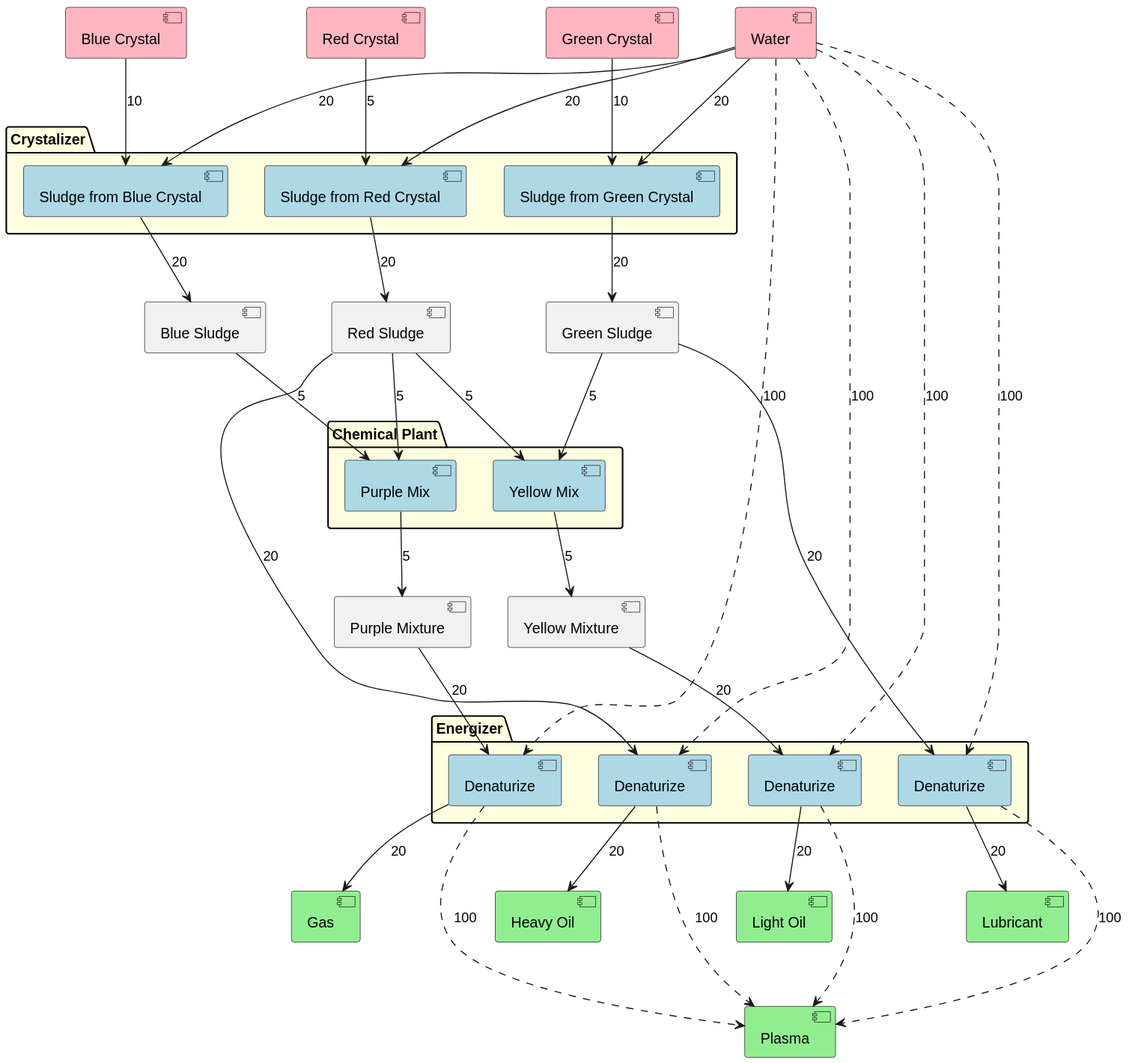
Thomas-De-Praetere/CrystalMod keeps this PlantUML diagram as Documentation/OilFlow.svg. Above is the earlier version.
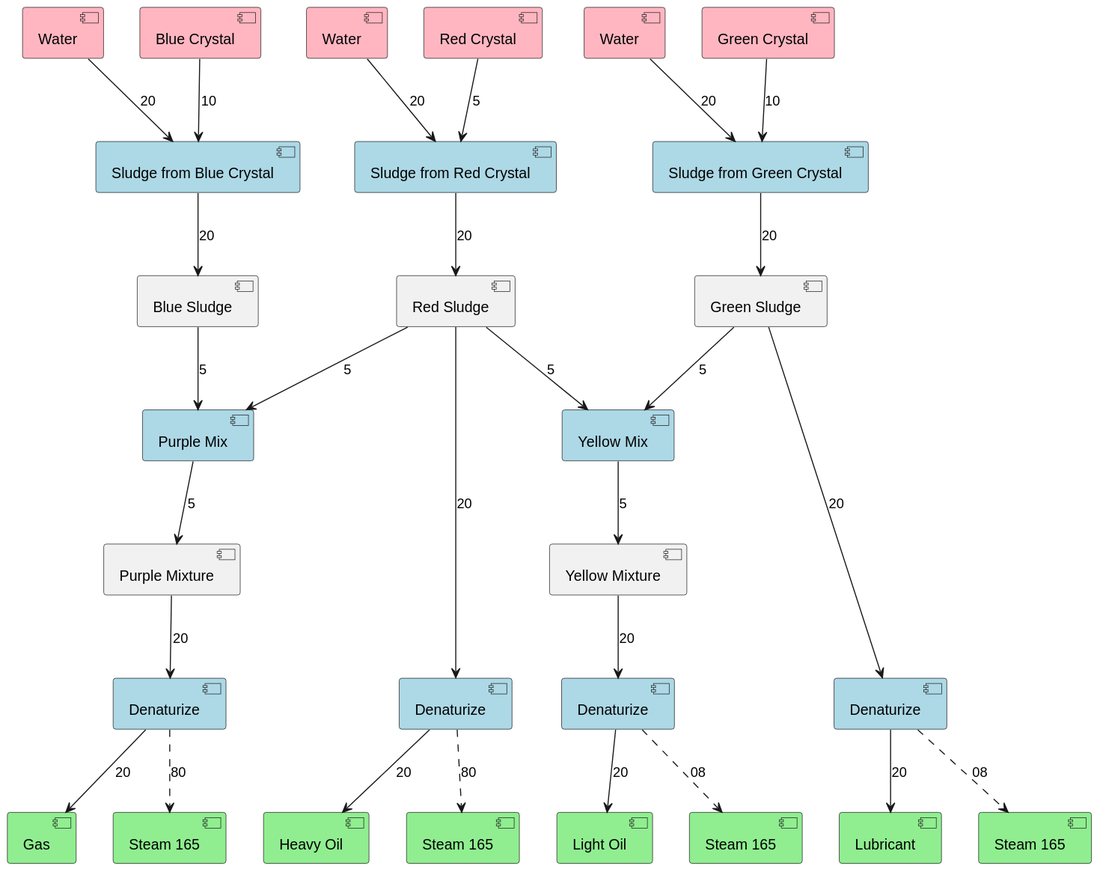
Later version of the same file.

What changed in the source:
```diff
@@ -3,7 +3,9 @@
 hide fields
 hide circle
 
-[Water] as W #lightpink
+[Water] as W1 #lightpink
+[Water] as W2 #lightpink
+[Water] as W3 #lightpink
 
 [Red Crystal] as RC #lightpink
 [Blue Crystal] as BC #lightpink
@@ -20,37 +22,33 @@
 [Light Oil] as LO #lightgreen
 [Gas] as G #lightgreen
 [Lubricant] as L #lightgreen
-[Plasma] as PA #lightgreen
+[Steam 165] as PA1 #lightgreen
+[Steam 165] as PA2 #lightgreen
+[Steam 165] as PA3 #lightgreen
+[Steam 165] as PA4 #lightgreen
 
-package "Crystalizer" #lightyellow {
 [Sludge from Red Crystal] as SfR #lightblue
 [Sludge from Blue Crystal]as SfB #lightblue
 [Sludge from Green Crystal]as SfG #lightblue
-}
-
-package "Chemical Plant" #lightyellow {
 [Purple Mix] as CPB #lightblue
 [Yellow Mix] as CPY #lightblue
-}
 
-
-package Energizer #lightyellow {
 [Denaturize] as HOP #lightblue
 [Denaturize] as LOP #lightblue
 [Denaturize] as GP #lightblue
 [Denaturize] as LP #lightblue
-}
+
 
 RC --> SfR : 5
-W --> SfR : 20
+W1 --> SfR : 20
 SfR --> RS : 20
 
 BC --> SfB : 10
-W --> SfB : 20
+W2 --> SfB : 20
 SfB  --> BS : 20
 
 GC --> SfG : 10
-W --> SfG : 20
+W3 --> SfG : 20
 SfG --> GS : 20
 
 RS --> CPB : 5
@@ -59,7 +57,7 @@
 PM --> GP : 20
 GP --> G : 20
 
-RS --> HOP : 20
+RS ----> HOP : 20
 HOP --> HO : 20
 
 GS --> CPY : 5
@@ -68,16 +66,11 @@
 YM --> LOP : 20
 LOP --> LO : 20
 
-GS --> LP : 20
+GS ----> LP : 20
 LP --> L : 20
 
-HOP ...> PA : 100
-LOP ...> PA : 100
-GP ...> PA : 100
-LP ...> PA : 100
-
-W ...> HOP : 100
-W ...> LOP : 100
-W ...> GP : 100
-W ...> LP : 100
+HOP ..> PA1 : 80
+LOP ..> PA2 : 08
+GP ..> PA3 : 80
+LP ..> PA4 : 08
 @enduml
```
